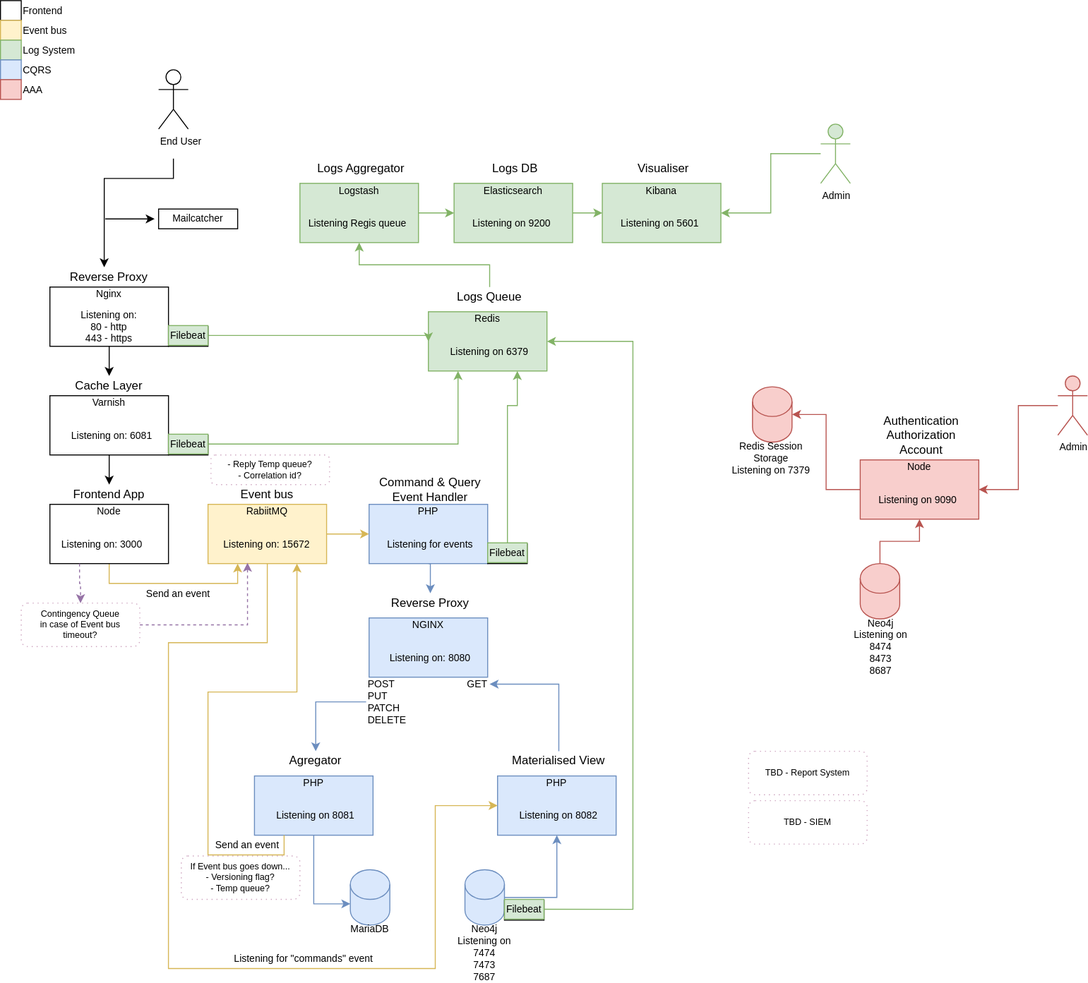
Above: Dev Architecture.svg in rimom/Docker-Development-Environment (draw.io), before the change. Source tidied: cells renumbered, new cells last; positions are measured from the earlier drawing's top-left corner, leaving out a move shared by most shapes.
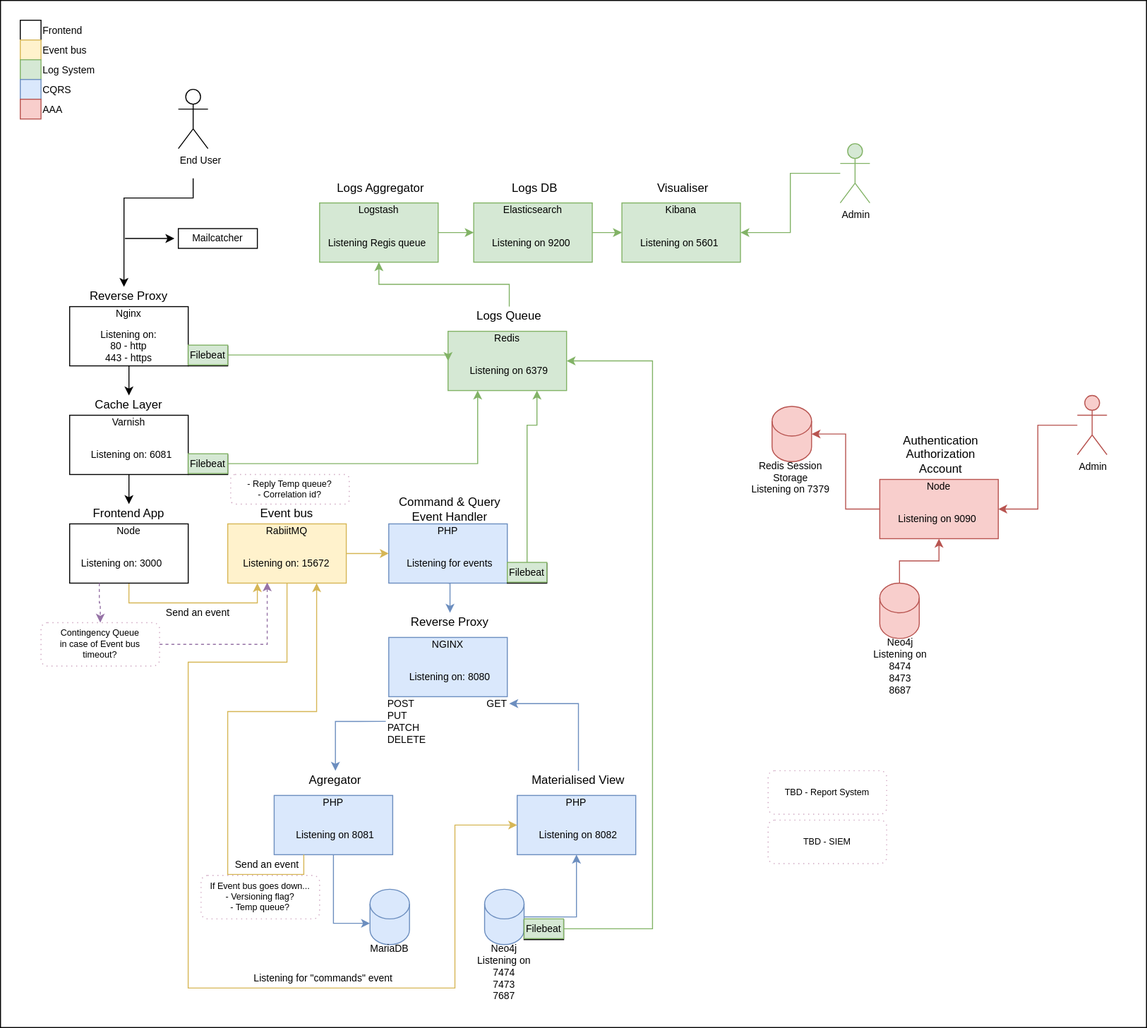
The same file after the commit.

The edit, as a diff of the source:
```diff
@@ -2,6 +2,9 @@
   <root>
     <mxCell id="0" />
     <mxCell id="1" parent="0" />
+    <mxCell id="133" style="rounded=0;whiteSpace=wrap;html=1;" parent="1" vertex="1">
+      <mxGeometry x="-20" y="-20" width="1160" height="1040" as="geometry" />
+    </mxCell>
     <mxCell id="2" style="edgeStyle=orthogonalEdgeStyle;rounded=0;jettySize=auto;html=1;entryX=0.458;entryY=0;entryDx=0;entryDy=0;entryPerimeter=0;fontSize=10;" parent="1" edge="1" target="21">
       <mxGeometry relative="1" as="geometry">
         <mxPoint x="175" y="160" as="sourcePoint" />
```
